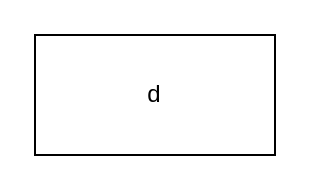
Before: Untitled Diagram.drawio in builden/drawio-diagram, a draw.io diagram. Source tidied: cells renumbered, new cells numbered last; positions are measured from the earlier drawing's top-left corner, leaving out a move shared by most shapes. Both pictures are drawn from the tidied source at 200%, with x=0, y=0 at pixel (34, 34).
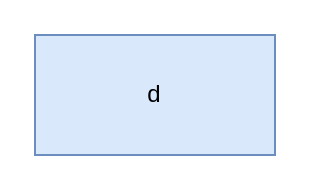
The same diagram, later.

What changed in the source:
```diff
@@
 <mxGraphModel>
   <root>
     <mxCell id="0" />
     <mxCell id="1" parent="0" />
-    <mxCell id="2" value="d" style="rounded=0;whiteSpace=wrap;html=1;" parent="1" vertex="1">
+    <mxCell id="2" value="d" style="rounded=0;whiteSpace=wrap;html=1;fillColor=#dae8fc;strokeColor=#6c8ebf;" parent="1" vertex="1">
       <mxGeometry width="120" height="60" as="geometry" />
     </mxCell>
   </root>
 </mxGraphModel>
```
